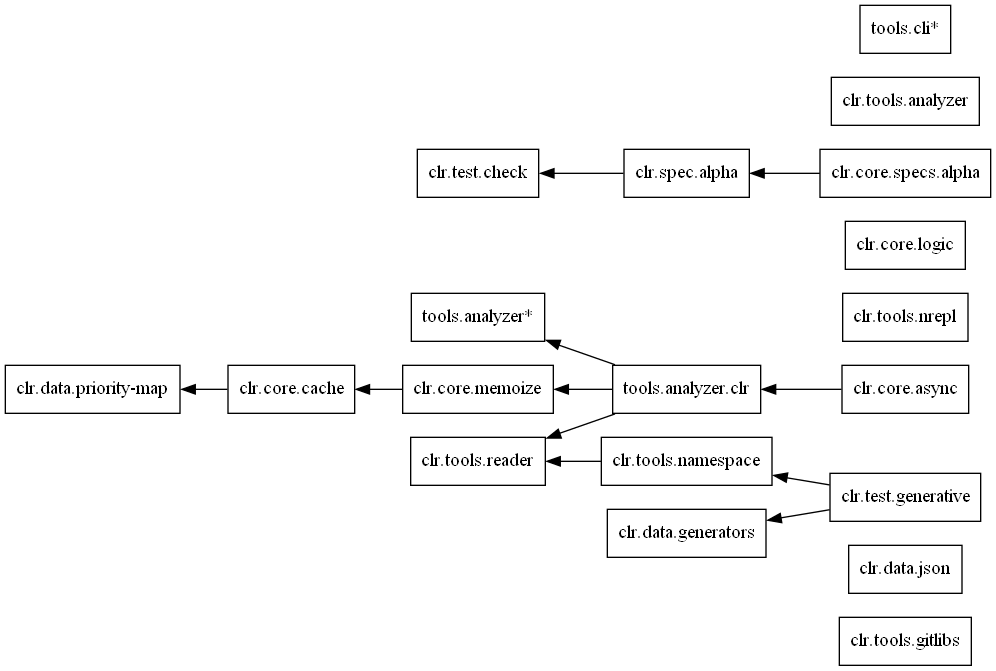
Above: docs/managed-libraries.png in clojure/clojure-clr (Graphviz), before the change. Its source is kept beside it as docs/managed-libraries.dot.
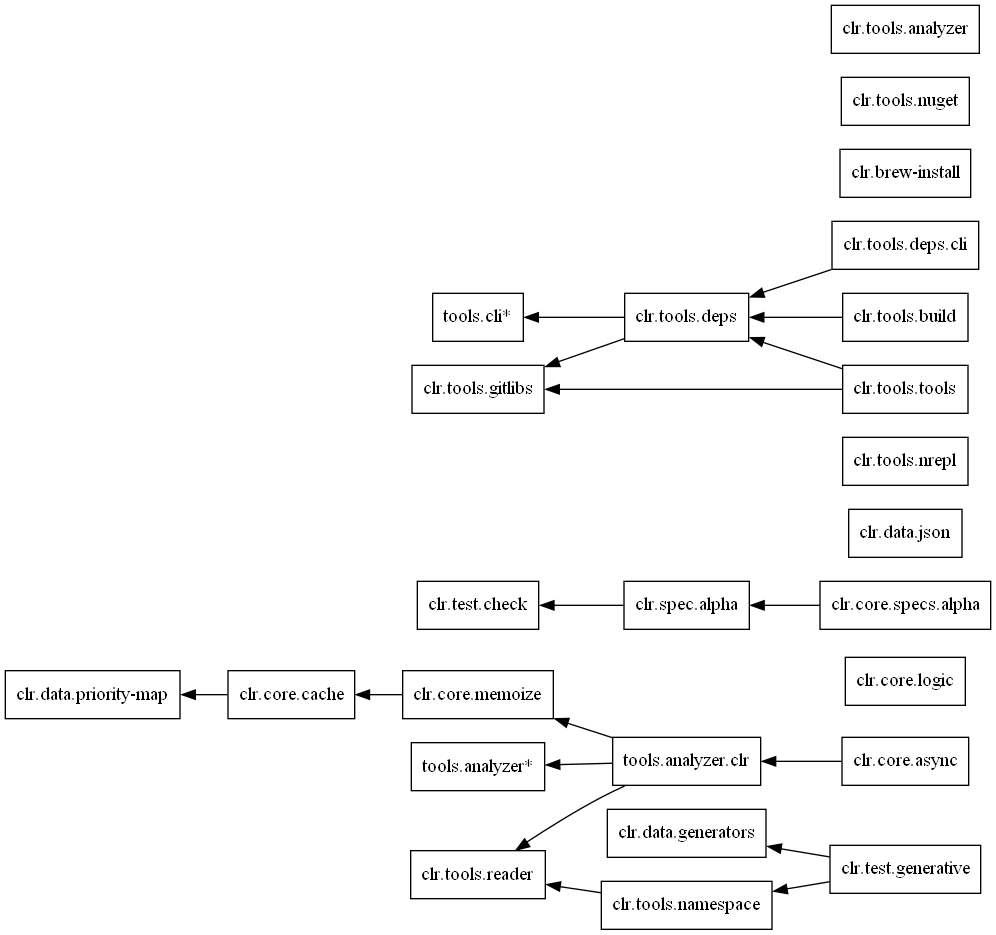
After the change.

What changed in the source:
```diff
@@ -5,24 +5,37 @@
 {
 	node [shape=box];
 
-	"clr.tools.gitlibs";
-	"clr.data.json";
 	"clr.core.async" -> {"tools.analyzer.clr"};
-	"tools.analyzer.clr" -> {"tools.analyzer*", "clr.core.memoize", "clr.tools.reader"};
-	"clr.tools.nrepl";
+	"clr.core.cache" -> {"clr.data.priority-map"};
 	"clr.core.logic";
 	"clr.core.memoize" -> {"clr.core.cache"}
-	"clr.core.cache" -> {"clr.data.priority-map"};
-	"clr.data.priority-map";
+
 	"clr.core.specs.alpha" -> {"clr.spec.alpha"};
 	"clr.spec.alpha" -> {"clr.test.check"};
+
+	"clr.data.generators";
+	"clr.data.json";
+	"clr.data.priority-map";
+
 	"clr.test.check";
+	"clr.test.generative" -> {"clr.tools.namespace", "clr.data.generators"};
+
 	"clr.tools.namespace" -> {"clr.tools.reader"};
+	"clr.tools.nrepl";
 	"clr.tools.reader";
-	"clr.test.generative" -> {"clr.tools.namespace", "clr.data.generators"};
-	"clr.data.generators";
+
+	"tools.cli*"
+	"clr.tools.deps" ->  {"clr.tools.gitlibs", "tools.cli*"};
+	"clr.tools.deps.cli" -> {"clr.tools.deps"}
+	"clr.tools.gitlibs";
+	"clr.tools.tools" -> {"clr.tools.deps",  "clr.tools.gitlibs"};
+	"clr.tools.build" -> {"clr.tools.deps"};
+    "clr.brew-install"
+	"clr.tools.nuget"
+
+
 	"clr.tools.analyzer";
+	"tools.analyzer.clr" -> {"tools.analyzer*", "clr.core.memoize", "clr.tools.reader"};
 	"tools.analyzer*";
-	"tools.cli*"
 }
 }
```
